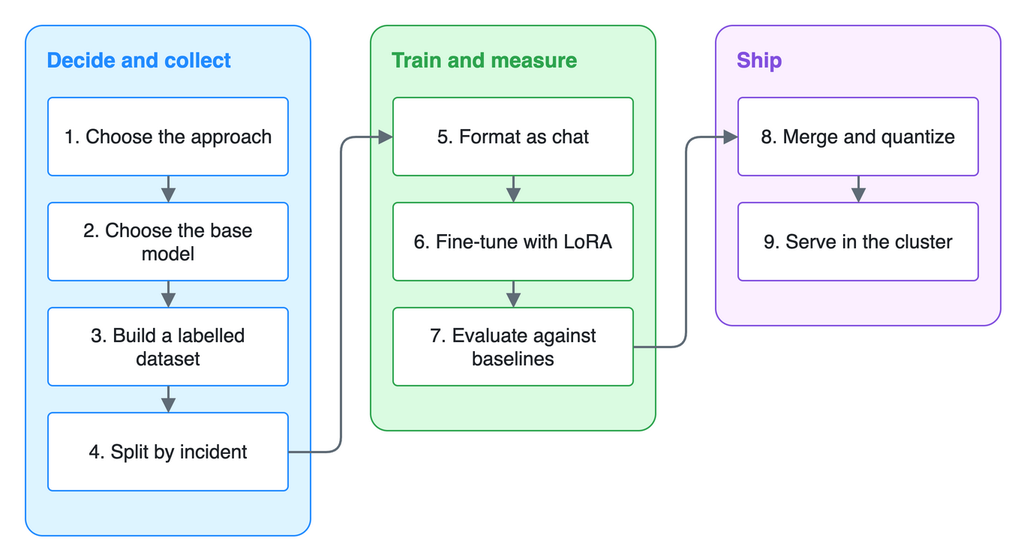
Earlier version of the draw.io export diagrams/framework.drawio.png (jcanizalez/k8s-alert-triage). Source tidied: cells renumbered, new cells last; positions are measured from the earlier drawing's top-left corner, leaving out a move shared by most shapes.
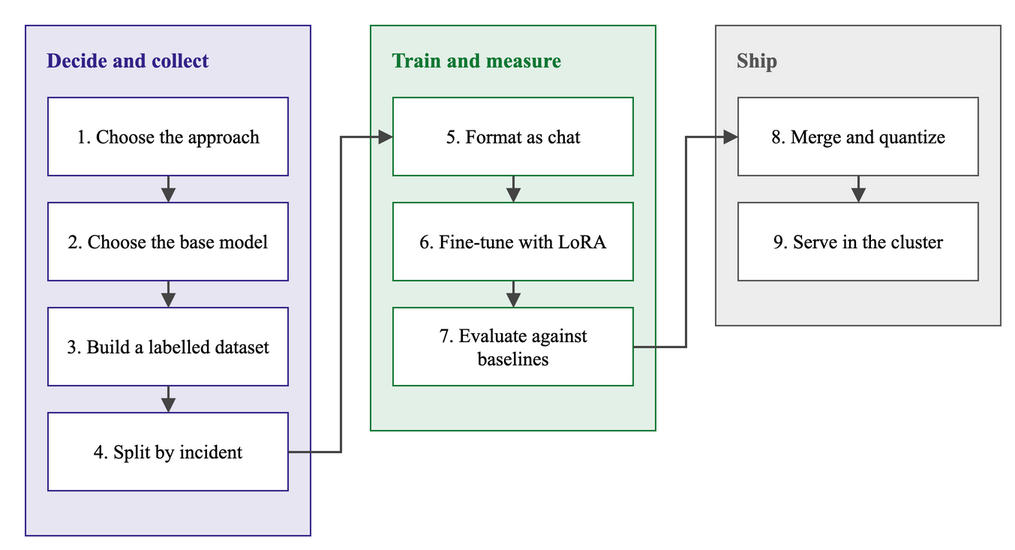
Later version of the same file.

What changed in the source:
```diff
@@ -2,73 +2,73 @@
   <root>
     <mxCell id="0" />
     <mxCell id="1" parent="0" />
-    <mxCell id="2" style="rounded=1;arcSize=6;whiteSpace=wrap;html=1;fillColor=#DDF4FF;strokeColor=#218BFF;fontColor=#1F2328;fontSize=14;fontStyle=0;align=center;verticalAlign=middle;spacingLeft=8;spacingRight=8;fontFamily=Helvetica;" parent="1" vertex="1">
+    <mxCell id="2" style="rounded=0;arcSize=6;whiteSpace=wrap;html=1;fillColor=#E7E5F2;strokeColor=#332288;strokeWidth=1;fontColor=#000000;fontSize=14;fontStyle=0;align=center;verticalAlign=middle;spacingLeft=8;spacingRight=8;fontFamily=Times New Roman;" parent="1" vertex="1">
       <mxGeometry width="190" height="340" as="geometry" />
     </mxCell>
-    <mxCell id="3" value="Decide and collect" style="text;html=1;whiteSpace=wrap;fontColor=#218BFF;fontSize=14;fontStyle=1;align=left;verticalAlign=middle;fontFamily=Helvetica;" parent="1" vertex="1">
+    <mxCell id="3" value="Decide and collect" style="text;html=1;whiteSpace=wrap;fontColor=#332288;fontSize=14;fontStyle=1;align=left;verticalAlign=middle;fontFamily=Times New Roman;" parent="1" vertex="1">
       <mxGeometry x="12" y="8" width="166" height="30" as="geometry" />
     </mxCell>
-    <mxCell id="4" value="1. Choose the approach" style="rounded=1;arcSize=6;whiteSpace=wrap;html=1;fillColor=#FFFFFF;strokeColor=#218BFF;fontColor=#1F2328;fontSize=13;fontStyle=0;align=center;verticalAlign=middle;spacingLeft=8;spacingRight=8;fontFamily=Helvetica;" parent="1" vertex="1">
+    <mxCell id="4" value="1. Choose the approach" style="rounded=0;arcSize=6;whiteSpace=wrap;html=1;fillColor=#FFFFFF;strokeColor=#332288;strokeWidth=1;fontColor=#000000;fontSize=13;fontStyle=0;align=center;verticalAlign=middle;spacingLeft=8;spacingRight=8;fontFamily=Times New Roman;" parent="1" vertex="1">
       <mxGeometry x="15" y="48" width="160" height="52" as="geometry" />
     </mxCell>
-    <mxCell id="5" value="2. Choose the base model" style="rounded=1;arcSize=6;whiteSpace=wrap;html=1;fillColor=#FFFFFF;strokeColor=#218BFF;fontColor=#1F2328;fontSize=13;fontStyle=0;align=center;verticalAlign=middle;spacingLeft=8;spacingRight=8;fontFamily=Helvetica;" parent="1" vertex="1">
+    <mxCell id="5" value="2. Choose the base model" style="rounded=0;arcSize=6;whiteSpace=wrap;html=1;fillColor=#FFFFFF;strokeColor=#332288;strokeWidth=1;fontColor=#000000;fontSize=13;fontStyle=0;align=center;verticalAlign=middle;spacingLeft=8;spacingRight=8;fontFamily=Times New Roman;" parent="1" vertex="1">
       <mxGeometry x="15" y="118" width="160" height="52" as="geometry" />
     </mxCell>
-    <mxCell id="6" style="edgeStyle=orthogonalEdgeStyle;rounded=1;html=1;endArrow=block;endFill=1;strokeColor=#5F6B76;strokeWidth=1.5;fontColor=#5F6B76;fontSize=12;fontFamily=Helvetica;labelBackgroundColor=#FFFFFF;exitX=0.5;exitY=1;exitDx=0;exitDy=0;entryX=0.5;entryY=0;entryDx=0;entryDy=0;" parent="1" edge="1" source="4" target="5">
+    <mxCell id="6" style="edgeStyle=orthogonalEdgeStyle;rounded=0;html=1;endArrow=block;endFill=1;strokeColor=#444444;strokeWidth=1.5;fontColor=#444444;fontSize=12;fontFamily=Times New Roman;labelBackgroundColor=#FFFFFF;exitX=0.5;exitY=1;exitDx=0;exitDy=0;entryX=0.5;entryY=0;entryDx=0;entryDy=0;" parent="1" edge="1" source="4" target="5">
       <mxGeometry relative="1" as="geometry" />
     </mxCell>
-    <mxCell id="7" value="3. Build a labelled dataset" style="rounded=1;arcSize=6;whiteSpace=wrap;html=1;fillColor=#FFFFFF;strokeColor=#218BFF;fontColor=#1F2328;fontSize=13;fontStyle=0;align=center;verticalAlign=middle;spacingLeft=8;spacingRight=8;fontFamily=Helvetica;" parent="1" vertex="1">
+    <mxCell id="7" value="3. Build a labelled dataset" style="rounded=0;arcSize=6;whiteSpace=wrap;html=1;fillColor=#FFFFFF;strokeColor=#332288;strokeWidth=1;fontColor=#000000;fontSize=13;fontStyle=0;align=center;verticalAlign=middle;spacingLeft=8;spacingRight=8;fontFamily=Times New Roman;" parent="1" vertex="1">
       <mxGeometry x="15" y="188" width="160" height="52" as="geometry" />
     </mxCell>
-    <mxCell id="8" style="edgeStyle=orthogonalEdgeStyle;rounded=1;html=1;endArrow=block;endFill=1;strokeColor=#5F6B76;strokeWidth=1.5;fontColor=#5F6B76;fontSize=12;fontFamily=Helvetica;labelBackgroundColor=#FFFFFF;exitX=0.5;exitY=1;exitDx=0;exitDy=0;entryX=0.5;entryY=0;entryDx=0;entryDy=0;" parent="1" edge="1" source="5" target="7">
+    <mxCell id="8" style="edgeStyle=orthogonalEdgeStyle;rounded=0;html=1;endArrow=block;endFill=1;strokeColor=#444444;strokeWidth=1.5;fontColor=#444444;fontSize=12;fontFamily=Times New Roman;labelBackgroundColor=#FFFFFF;exitX=0.5;exitY=1;exitDx=0;exitDy=0;entryX=0.5;entryY=0;entryDx=0;entryDy=0;" parent="1" edge="1" source="5" target="7">
       <mxGeometry relative="1" as="geometry" />
     </mxCell>
-    <mxCell id="9" value="4. Split by incident" style="rounded=1;arcSize=6;whiteSpace=wrap;html=1;fillColor=#FFFFFF;strokeColor=#218BFF;fontColor=#1F2328;fontSize=13;fontStyle=0;align=center;verticalAlign=middle;spacingLeft=8;spacingRight=8;fontFamily=Helvetica;" parent="1" vertex="1">
+    <mxCell id="9" value="4. Split by incident" style="rounded=0;arcSize=6;whiteSpace=wrap;html=1;fillColor=#FFFFFF;strokeColor=#332288;strokeWidth=1;fontColor=#000000;fontSize=13;fontStyle=0;align=center;verticalAlign=middle;spacingLeft=8;spacingRight=8;fontFamily=Times New Roman;" parent="1" vertex="1">
       <mxGeometry x="15" y="258" width="160" height="52" as="geometry" />
     </mxCell>
-    <mxCell id="10" style="edgeStyle=orthogonalEdgeStyle;rounded=1;html=1;endArrow=block;endFill=1;strokeColor=#5F6B76;strokeWidth=1.5;fontColor=#5F6B76;fontSize=12;fontFamily=Helvetica;labelBackgroundColor=#FFFFFF;exitX=0.5;exitY=1;exitDx=0;exitDy=0;entryX=0.5;entryY=0;entryDx=0;entryDy=0;" parent="1" edge="1" source="7" target="9">
+    <mxCell id="10" style="edgeStyle=orthogonalEdgeStyle;rounded=0;html=1;endArrow=block;endFill=1;strokeColor=#444444;strokeWidth=1.5;fontColor=#444444;fontSize=12;fontFamily=Times New Roman;labelBackgroundColor=#FFFFFF;exitX=0.5;exitY=1;exitDx=0;exitDy=0;entryX=0.5;entryY=0;entryDx=0;entryDy=0;" parent="1" edge="1" source="7" target="9">
       <mxGeometry relative="1" as="geometry" />
     </mxCell>
-    <mxCell id="11" style="rounded=1;arcSize=6;whiteSpace=wrap;html=1;fillColor=#DAFBE1;strokeColor=#2DA44E;fontColor=#1F2328;fontSize=14;fontStyle=0;align=center;verticalAlign=middle;spacingLeft=8;spacingRight=8;fontFamily=Helvetica;" parent="1" vertex="1">
+    <mxCell id="11" style="rounded=0;arcSize=6;whiteSpace=wrap;html=1;fillColor=#E3F0E7;strokeColor=#117733;strokeWidth=1;fontColor=#000000;fontSize=14;fontStyle=0;align=center;verticalAlign=middle;spacingLeft=8;spacingRight=8;fontFamily=Times New Roman;" parent="1" vertex="1">
       <mxGeometry x="230" width="190" height="270" as="geometry" />
     </mxCell>
-    <mxCell id="12" value="Train and measure" style="text;html=1;whiteSpace=wrap;fontColor=#2DA44E;fontSize=14;fontStyle=1;align=left;verticalAlign=middle;fontFamily=Helvetica;" parent="1" vertex="1">
+    <mxCell id="12" value="Train and measure" style="text;html=1;whiteSpace=wrap;fontColor=#117733;fontSize=14;fontStyle=1;align=left;verticalAlign=middle;fontFamily=Times New Roman;" parent="1" vertex="1">
       <mxGeometry x="242" y="8" width="166" height="30" as="geometry" />
     </mxCell>
-    <mxCell id="13" value="5. Format as chat" style="rounded=1;arcSize=6;whiteSpace=wrap;html=1;fillColor=#FFFFFF;strokeColor=#2DA44E;fontColor=#1F2328;fontSize=13;fontStyle=0;align=center;verticalAlign=middle;spacingLeft=8;spacingRight=8;fontFamily=Helvetica;" parent="1" vertex="1">
+    <mxCell id="13" value="5. Format as chat" style="rounded=0;arcSize=6;whiteSpace=wrap;html=1;fillColor=#FFFFFF;strokeColor=#117733;strokeWidth=1;fontColor=#000000;fontSize=13;fontStyle=0;align=center;verticalAlign=middle;spacingLeft=8;spacingRight=8;fontFamily=Times New Roman;" parent="1" vertex="1">
       <mxGeometry x="245" y="48" width="160" height="52" as="geometry" />
     </mxCell>
-    <mxCell id="14" style="edgeStyle=orthogonalEdgeStyle;rounded=1;html=1;endArrow=block;endFill=1;strokeColor=#5F6B76;strokeWidth=1.5;fontColor=#5F6B76;fontSize=12;fontFamily=Helvetica;labelBackgroundColor=#FFFFFF;exitX=1;exitY=0.5;exitDx=0;exitDy=0;entryX=0;entryY=0.5;entryDx=0;entryDy=0;" parent="1" edge="1" source="9" target="13">
+    <mxCell id="14" style="edgeStyle=orthogonalEdgeStyle;rounded=0;html=1;endArrow=block;endFill=1;strokeColor=#444444;strokeWidth=1.5;fontColor=#444444;fontSize=12;fontFamily=Times New Roman;labelBackgroundColor=#FFFFFF;exitX=1;exitY=0.5;exitDx=0;exitDy=0;entryX=0;entryY=0.5;entryDx=0;entryDy=0;" parent="1" edge="1" source="9" target="13">
       <mxGeometry relative="1" as="geometry" />
     </mxCell>
-    <mxCell id="15" value="6. Fine-tune with LoRA" style="rounded=1;arcSize=6;whiteSpace=wrap;html=1;fillColor=#FFFFFF;strokeColor=#2DA44E;fontColor=#1F2328;fontSize=13;fontStyle=0;align=center;verticalAlign=middle;spacingLeft=8;spacingRight=8;fontFamily=Helvetica;" parent="1" vertex="1">
+    <mxCell id="15" value="6. Fine-tune with LoRA" style="rounded=0;arcSize=6;whiteSpace=wrap;html=1;fillColor=#FFFFFF;strokeColor=#117733;strokeWidth=1;fontColor=#000000;fontSize=13;fontStyle=0;align=center;verticalAlign=middle;spacingLeft=8;spacingRight=8;fontFamily=Times New Roman;" parent="1" vertex="1">
       <mxGeometry x="245" y="118" width="160" height="52" as="geometry" />
     </mxCell>
-    <mxCell id="16" style="edgeStyle=orthogonalEdgeStyle;rounded=1;html=1;endArrow=block;endFill=1;strokeColor=#5F6B76;strokeWidth=1.5;fontColor=#5F6B76;fontSize=12;fontFamily=Helvetica;labelBackgroundColor=#FFFFFF;exitX=0.5;exitY=1;exitDx=0;exitDy=0;entryX=0.5;entryY=0;entryDx=0;entryDy=0;" parent="1" edge="1" source="13" target="15">
+    <mxCell id="16" style="edgeStyle=orthogonalEdgeStyle;rounded=0;html=1;endArrow=block;endFill=1;strokeColor=#444444;strokeWidth=1.5;fontColor=#444444;fontSize=12;fontFamily=Times New Roman;labelBackgroundColor=#FFFFFF;exitX=0.5;exitY=1;exitDx=0;exitDy=0;entryX=0.5;entryY=0;entryDx=0;entryDy=0;" parent="1" edge="1" source="13" target="15">
       <mxGeometry relative="1" as="geometry" />
     </mxCell>
-    <mxCell id="17" value="7. Evaluate against baselines" style="rounded=1;arcSize=6;whiteSpace=wrap;html=1;fillColor=#FFFFFF;strokeColor=#2DA44E;fontColor=#1F2328;fontSize=13;fontStyle=0;align=center;verticalAlign=middle;spacingLeft=8;spacingRight=8;fontFamily=Helvetica;" parent="1" vertex="1">
+    <mxCell id="17" value="7. Evaluate against baselines" style="rounded=0;arcSize=6;whiteSpace=wrap;html=1;fillColor=#FFFFFF;strokeColor=#117733;strokeWidth=1;fontColor=#000000;fontSize=13;fontStyle=0;align=center;verticalAlign=middle;spacingLeft=8;spacingRight=8;fontFamily=Times New Roman;" parent="1" vertex="1">
       <mxGeometry x="245" y="188" width="160" height="52" as="geometry" />
     </mxCell>
-    <mxCell id="18" style="edgeStyle=orthogonalEdgeStyle;rounded=1;html=1;endArrow=block;endFill=1;strokeColor=#5F6B76;strokeWidth=1.5;fontColor=#5F6B76;fontSize=12;fontFamily=Helvetica;labelBackgroundColor=#FFFFFF;exitX=0.5;exitY=1;exitDx=0;exitDy=0;entryX=0.5;entryY=0;entryDx=0;entryDy=0;" parent="1" edge="1" source="15" target="17">
+    <mxCell id="18" style="edgeStyle=orthogonalEdgeStyle;rounded=0;html=1;endArrow=block;endFill=1;strokeColor=#444444;strokeWidth=1.5;fontColor=#444444;fontSize=12;fontFamily=Times New Roman;labelBackgroundColor=#FFFFFF;exitX=0.5;exitY=1;exitDx=0;exitDy=0;entryX=0.5;entryY=0;entryDx=0;entryDy=0;" parent="1" edge="1" source="15" target="17">
       <mxGeometry relative="1" as="geometry" />
     </mxCell>
-    <mxCell id="19" style="rounded=1;arcSize=6;whiteSpace=wrap;html=1;fillColor=#FBEFFF;strokeColor=#8250DF;fontColor=#1F2328;fontSize=14;fontStyle=0;align=center;verticalAlign=middle;spacingLeft=8;spacingRight=8;fontFamily=Helvetica;" parent="1" vertex="1">
+    <mxCell id="19" style="rounded=0;arcSize=6;whiteSpace=wrap;html=1;fillColor=#EDEDED;strokeColor=#555555;strokeWidth=1;fontColor=#000000;fontSize=14;fontStyle=0;align=center;verticalAlign=middle;spacingLeft=8;spacingRight=8;fontFamily=Times New Roman;" parent="1" vertex="1">
       <mxGeometry x="460" width="190" height="200" as="geometry" />
     </mxCell>
-    <mxCell id="20" value="Ship" style="text;html=1;whiteSpace=wrap;fontColor=#8250DF;fontSize=14;fontStyle=1;align=left;verticalAlign=middle;fontFamily=Helvetica;" parent="1" vertex="1">
+    <mxCell id="20" value="Ship" style="text;html=1;whiteSpace=wrap;fontColor=#555555;fontSize=14;fontStyle=1;align=left;verticalAlign=middle;fontFamily=Times New Roman;" parent="1" vertex="1">
       <mxGeometry x="472" y="8" width="166" height="30" as="geometry" />
     </mxCell>
-    <mxCell id="21" value="8. Merge and quantize" style="rounded=1;arcSize=6;whiteSpace=wrap;html=1;fillColor=#FFFFFF;strokeColor=#8250DF;fontColor=#1F2328;fontSize=13;fontStyle=0;align=center;verticalAlign=middle;spacingLeft=8;spacingRight=8;fontFamily=Helvetica;" parent="1" vertex="1">
+    <mxCell id="21" value="8. Merge and quantize" style="rounded=0;arcSize=6;whiteSpace=wrap;html=1;fillColor=#FFFFFF;strokeColor=#555555;strokeWidth=1;fontColor=#000000;fontSize=13;fontStyle=0;align=center;verticalAlign=middle;spacingLeft=8;spacingRight=8;fontFamily=Times New Roman;" parent="1" vertex="1">
       <mxGeometry x="475" y="48" width="160" height="52" as="geometry" />
     </mxCell>
-    <mxCell id="22" style="edgeStyle=orthogonalEdgeStyle;rounded=1;html=1;endArrow=block;endFill=1;strokeColor=#5F6B76;strokeWidth=1.5;fontColor=#5F6B76;fontSize=12;fontFamily=Helvetica;labelBackgroundColor=#FFFFFF;exitX=1;exitY=0.5;exitDx=0;exitDy=0;entryX=0;entryY=0.5;entryDx=0;entryDy=0;" parent="1" edge="1" source="17" target="21">
+    <mxCell id="22" style="edgeStyle=orthogonalEdgeStyle;rounded=0;html=1;endArrow=block;endFill=1;strokeColor=#444444;strokeWidth=1.5;fontColor=#444444;fontSize=12;fontFamily=Times New Roman;labelBackgroundColor=#FFFFFF;exitX=1;exitY=0.5;exitDx=0;exitDy=0;entryX=0;entryY=0.5;entryDx=0;entryDy=0;" parent="1" edge="1" source="17" target="21">
       <mxGeometry relative="1" as="geometry" />
     </mxCell>
-    <mxCell id="23" value="9. Serve in the cluster" style="rounded=1;arcSize=6;whiteSpace=wrap;html=1;fillColor=#FFFFFF;strokeColor=#8250DF;fontColor=#1F2328;fontSize=13;fontStyle=0;align=center;verticalAlign=middle;spacingLeft=8;spacingRight=8;fontFamily=Helvetica;" parent="1" vertex="1">
+    <mxCell id="23" value="9. Serve in the cluster" style="rounded=0;arcSize=6;whiteSpace=wrap;html=1;fillColor=#FFFFFF;strokeColor=#555555;strokeWidth=1;fontColor=#000000;fontSize=13;fontStyle=0;align=center;verticalAlign=middle;spacingLeft=8;spacingRight=8;fontFamily=Times New Roman;" parent="1" vertex="1">
       <mxGeometry x="475" y="118" width="160" height="52" as="geometry" />
     </mxCell>
-    <mxCell id="24" style="edgeStyle=orthogonalEdgeStyle;rounded=1;html=1;endArrow=block;endFill=1;strokeColor=#5F6B76;strokeWidth=1.5;fontColor=#5F6B76;fontSize=12;fontFamily=Helvetica;labelBackgroundColor=#FFFFFF;exitX=0.5;exitY=1;exitDx=0;exitDy=0;entryX=0.5;entryY=0;entryDx=0;entryDy=0;" parent="1" edge="1" source="21" target="23">
+    <mxCell id="24" style="edgeStyle=orthogonalEdgeStyle;rounded=0;html=1;endArrow=block;endFill=1;strokeColor=#444444;strokeWidth=1.5;fontColor=#444444;fontSize=12;fontFamily=Times New Roman;labelBackgroundColor=#FFFFFF;exitX=0.5;exitY=1;exitDx=0;exitDy=0;entryX=0.5;entryY=0;entryDx=0;entryDy=0;" parent="1" edge="1" source="21" target="23">
       <mxGeometry relative="1" as="geometry" />
     </mxCell>
   </root>
```
